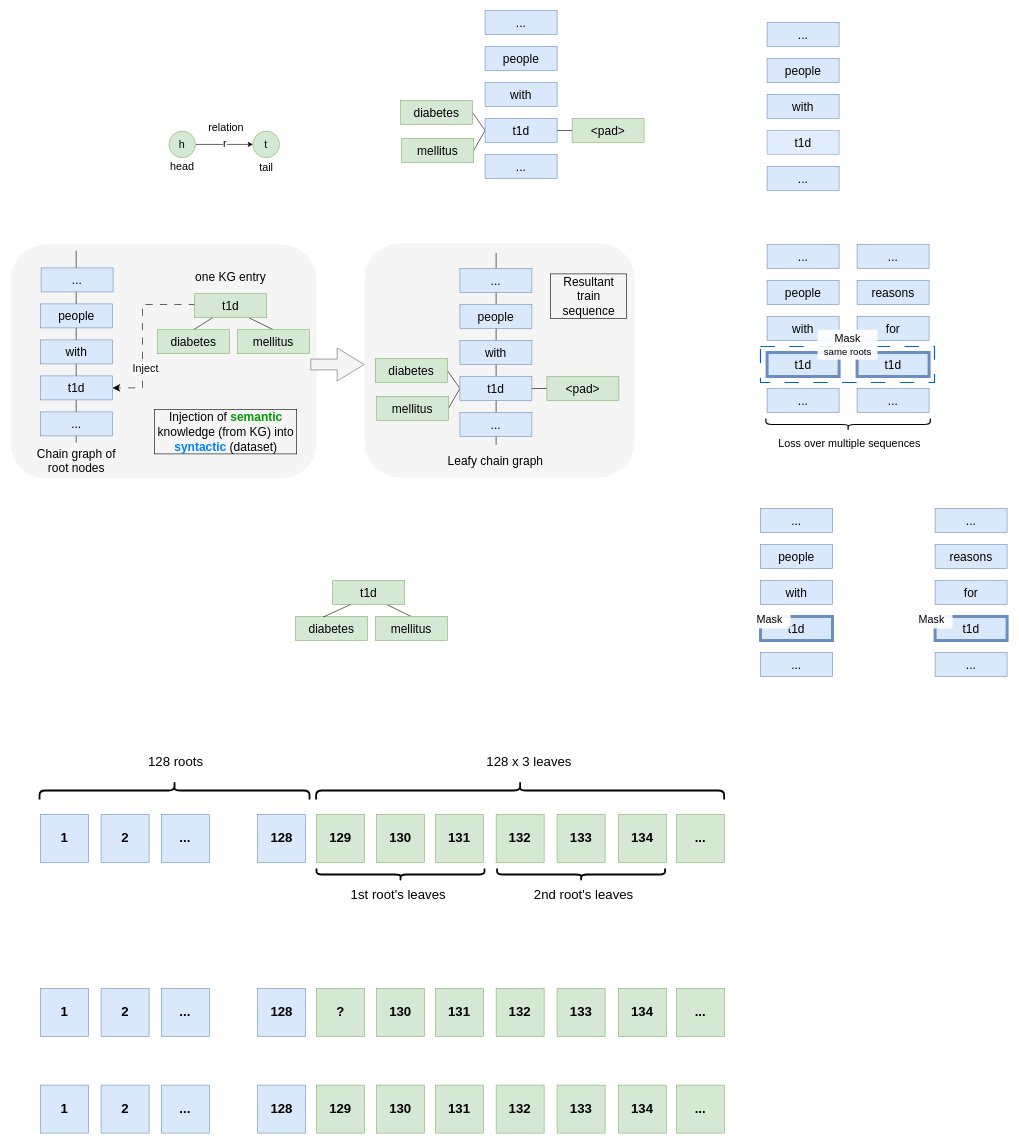
Earlier version of the draw.io diagram page "Page-2" (2 of 2) of presentations/generals.drawio (across-stars/draw.io). Source tidied: cells renumbered, new cells numbered last; positions are measured from the earlier drawing's top-left corner, leaving out a move shared by most shapes. Both pictures are drawn from the tidied source at 60%, with x=0, y=0 at pixel (10, 10).
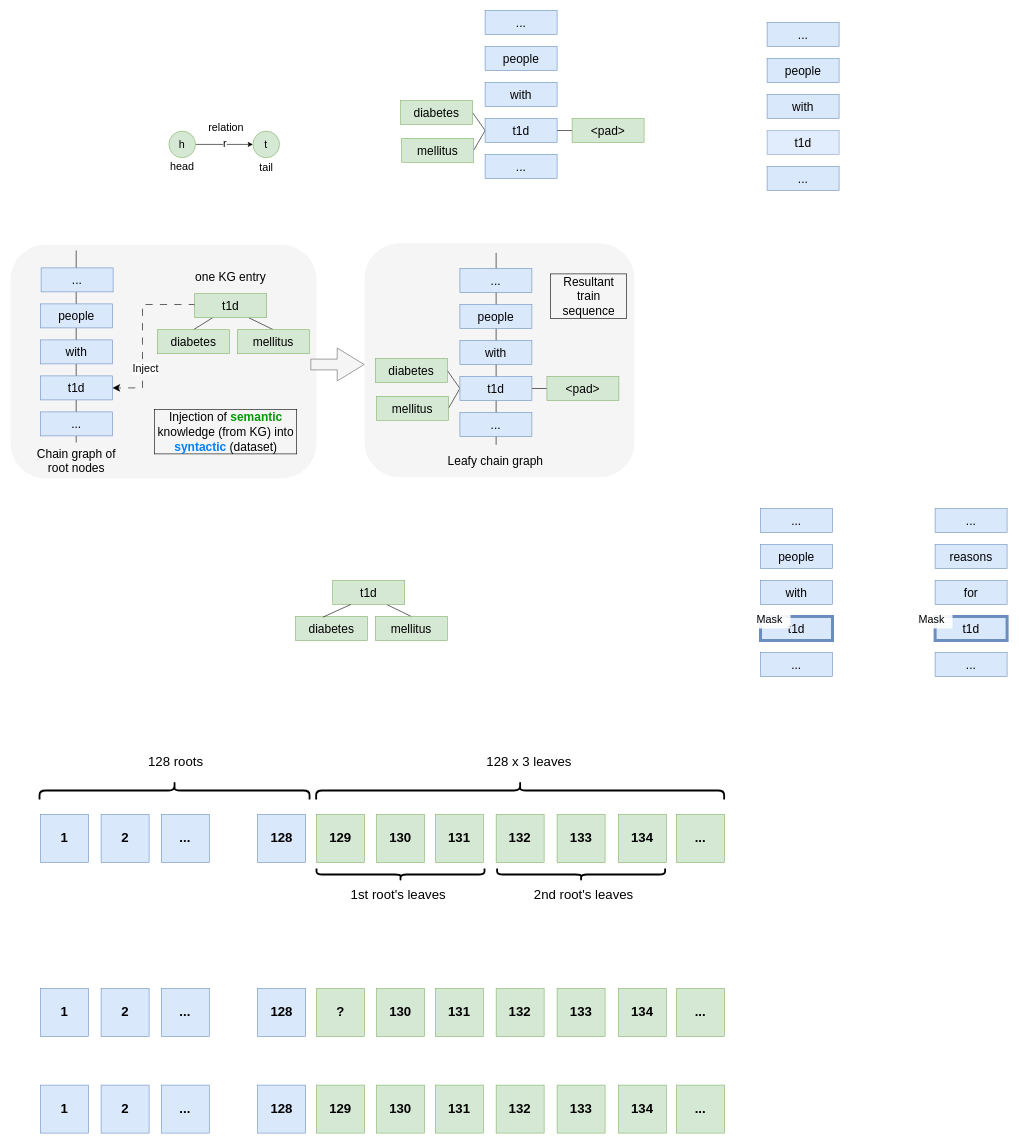
The same page after the edit.

What changed in the source:
```diff
@@
-    <mxCell id="108" value="&lt;font style=&quot;font-size: 20px;&quot;&gt;...&lt;/font&gt;" style="rounded=0;whiteSpace=wrap;html=1;fontFamily=Helvetica;fontSize=11;labelBackgroundColor=none;fillColor=#dae8fc;strokeColor=#6c8ebf;" parent="1" vertex="1">
-      <mxGeometry x="1261" y="630" width="120" height="40" as="geometry" />
-    </mxCell>
-    <mxCell id="109" value="&lt;font style=&quot;font-size: 20px;&quot;&gt;people&lt;/font&gt;" style="rounded=0;whiteSpace=wrap;html=1;fontFamily=Helvetica;fontSize=11;labelBackgroundColor=none;fillColor=#dae8fc;strokeColor=#6c8ebf;" parent="1" vertex="1">
-      <mxGeometry x="1261" y="450" width="120" height="40" as="geometry" />
-    </mxCell>
-    <mxCell id="110" value="&lt;font style=&quot;font-size: 20px;&quot;&gt;with&lt;/font&gt;" style="rounded=0;whiteSpace=wrap;html=1;fontFamily=Helvetica;fontSize=11;labelBackgroundColor=none;fillColor=#dae8fc;strokeColor=#6c8ebf;" parent="1" vertex="1">
-      <mxGeometry x="1261" y="510" width="120" height="40" as="geometry" />
-    </mxCell>
-    <mxCell id="111" value="&lt;font style=&quot;font-size: 20px;&quot;&gt;t1d&lt;/font&gt;" style="rounded=0;whiteSpace=wrap;html=1;fontFamily=Helvetica;fontSize=11;labelBackgroundColor=none;fillColor=#dae8fc;strokeColor=#6c8ebf;strokeWidth=5;" parent="1" vertex="1">
-      <mxGeometry x="1261" y="570" width="120" height="40" as="geometry" />
-    </mxCell>
-    <mxCell id="112" value="&lt;font style=&quot;font-size: 20px;&quot;&gt;...&lt;/font&gt;" style="rounded=0;whiteSpace=wrap;html=1;fontFamily=Helvetica;fontSize=11;labelBackgroundColor=none;fillColor=#dae8fc;strokeColor=#6c8ebf;" parent="1" vertex="1">
-      <mxGeometry x="1261" y="390" width="120" height="40" as="geometry" />
-    </mxCell>
-    <mxCell id="113" value="&lt;font style=&quot;font-size: 20px;&quot;&gt;...&lt;/font&gt;" style="rounded=0;whiteSpace=wrap;html=1;fontFamily=Helvetica;fontSize=11;labelBackgroundColor=none;fillColor=#dae8fc;strokeColor=#6c8ebf;" parent="1" vertex="1">
-      <mxGeometry x="1411" y="630" width="120" height="40" as="geometry" />
-    </mxCell>
-    <mxCell id="114" value="&lt;font style=&quot;font-size: 20px;&quot;&gt;reasons&lt;/font&gt;" style="rounded=0;whiteSpace=wrap;html=1;fontFamily=Helvetica;fontSize=11;labelBackgroundColor=none;fillColor=#dae8fc;strokeColor=#6c8ebf;" parent="1" vertex="1">
-      <mxGeometry x="1411" y="450" width="120" height="40" as="geometry" />
-    </mxCell>
-    <mxCell id="115" value="&lt;font style=&quot;font-size: 20px;&quot;&gt;for&lt;/font&gt;" style="rounded=0;whiteSpace=wrap;html=1;fontFamily=Helvetica;fontSize=11;labelBackgroundColor=none;fillColor=#dae8fc;strokeColor=#6c8ebf;" parent="1" vertex="1">
-      <mxGeometry x="1411" y="510" width="120" height="40" as="geometry" />
-    </mxCell>
-    <mxCell id="116" value="&lt;font style=&quot;font-size: 20px;&quot;&gt;t1d&lt;/font&gt;" style="rounded=0;whiteSpace=wrap;html=1;fontFamily=Helvetica;fontSize=11;labelBackgroundColor=none;fillColor=#dae8fc;strokeColor=#6c8ebf;strokeWidth=5;" parent="1" vertex="1">
-      <mxGeometry x="1411" y="570" width="120" height="40" as="geometry" />
-    </mxCell>
-    <mxCell id="117" value="&lt;font style=&quot;font-size: 20px;&quot;&gt;...&lt;/font&gt;" style="rounded=0;whiteSpace=wrap;html=1;fontFamily=Helvetica;fontSize=11;labelBackgroundColor=none;fillColor=#dae8fc;strokeColor=#6c8ebf;" parent="1" vertex="1">
-      <mxGeometry x="1411" y="390" width="120" height="40" as="geometry" />
-    </mxCell>
-    <mxCell id="118" style="rounded=0;whiteSpace=wrap;html=1;fillColor=none;strokeWidth=2;dashed=1;dashPattern=12 12;strokeColor=#0066CC;" parent="1" vertex="1">
-      <mxGeometry x="1250" y="560" width="290" height="60" as="geometry" />
-    </mxCell>
-    <mxCell id="119" style="shape=curlyBracket;whiteSpace=wrap;html=1;rounded=1;flipH=1;labelPosition=right;verticalLabelPosition=middle;align=left;verticalAlign=middle;rotation=90;strokeWidth=2;" parent="1" vertex="1">
-      <mxGeometry x="1386" y="553" width="20" height="274" as="geometry" />
-    </mxCell>
-    <mxCell id="120" value="&lt;font style=&quot;font-size: 18px;&quot;&gt;Loss over multiple sequences&lt;/font&gt;" style="text;html=1;align=center;verticalAlign=middle;strokeColor=none;fillColor=none;" parent="1" vertex="1">
-      <mxGeometry x="1268" y="707" width="260" height="30" as="geometry" />
-    </mxCell>
-    <mxCell id="121" value="&lt;font style=&quot;font-size: 18px;&quot;&gt;Mask&lt;/font&gt;&lt;div&gt;&lt;font size=&quot;3&quot;&gt;&lt;font&gt;same&amp;nbsp;&lt;/font&gt;roots&lt;/font&gt;&lt;/div&gt;" style="text;html=1;align=center;verticalAlign=middle;strokeColor=none;fillColor=default;opacity=90;" parent="1" vertex="1">
-      <mxGeometry x="1345" y="532" width="100" height="50" as="geometry" />
-    </mxCell>
```
